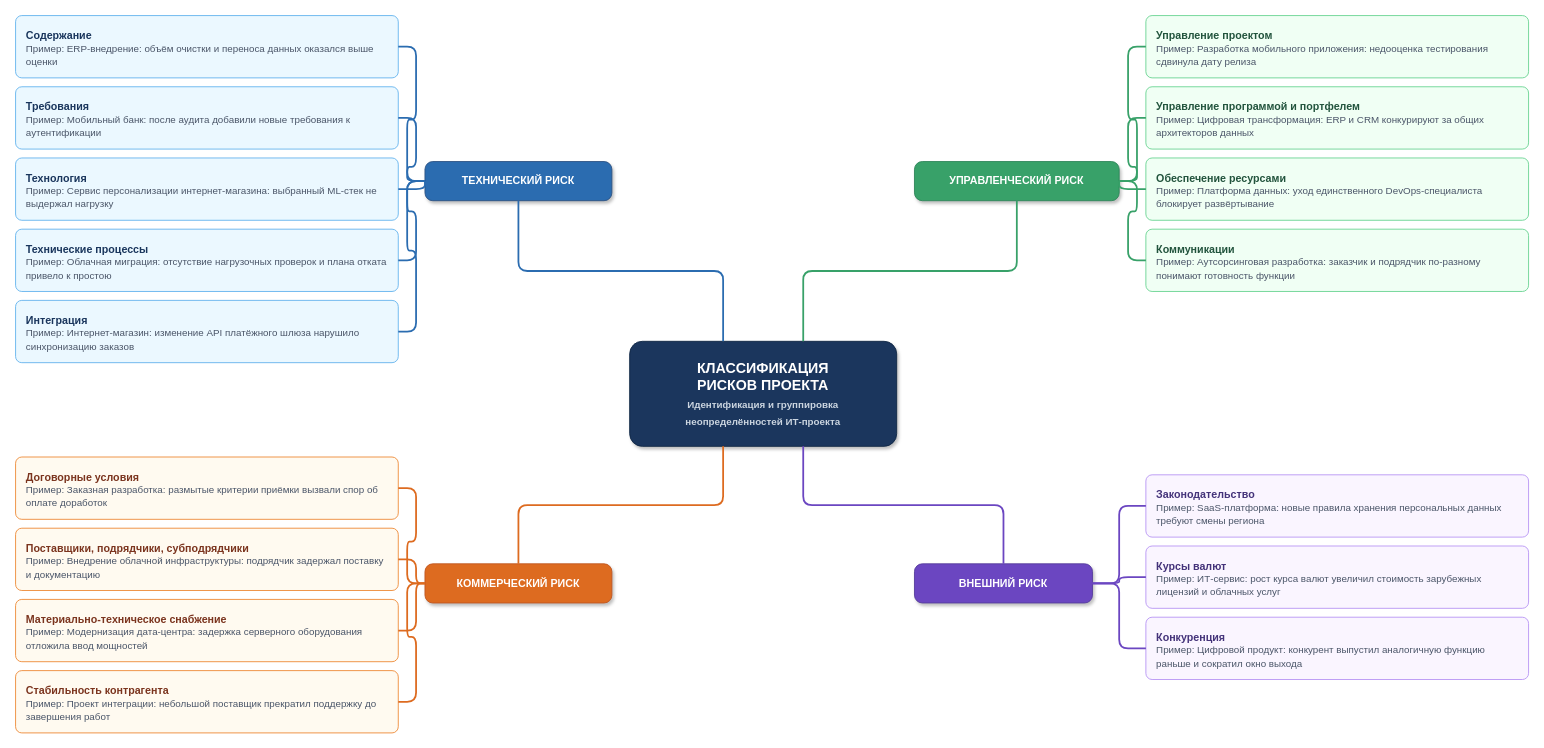
The draw.io diagram klassifikaciya-riskov.drawio in Neco-tech907/upr-mindmap, before the edit. Source tidied: cells renumbered, new cells numbered last; positions are measured from the earlier drawing's top-left corner, leaving out a move shared by most shapes. Both pictures are drawn from the tidied source at 89%, with x=0, y=0 at pixel (15, 15).
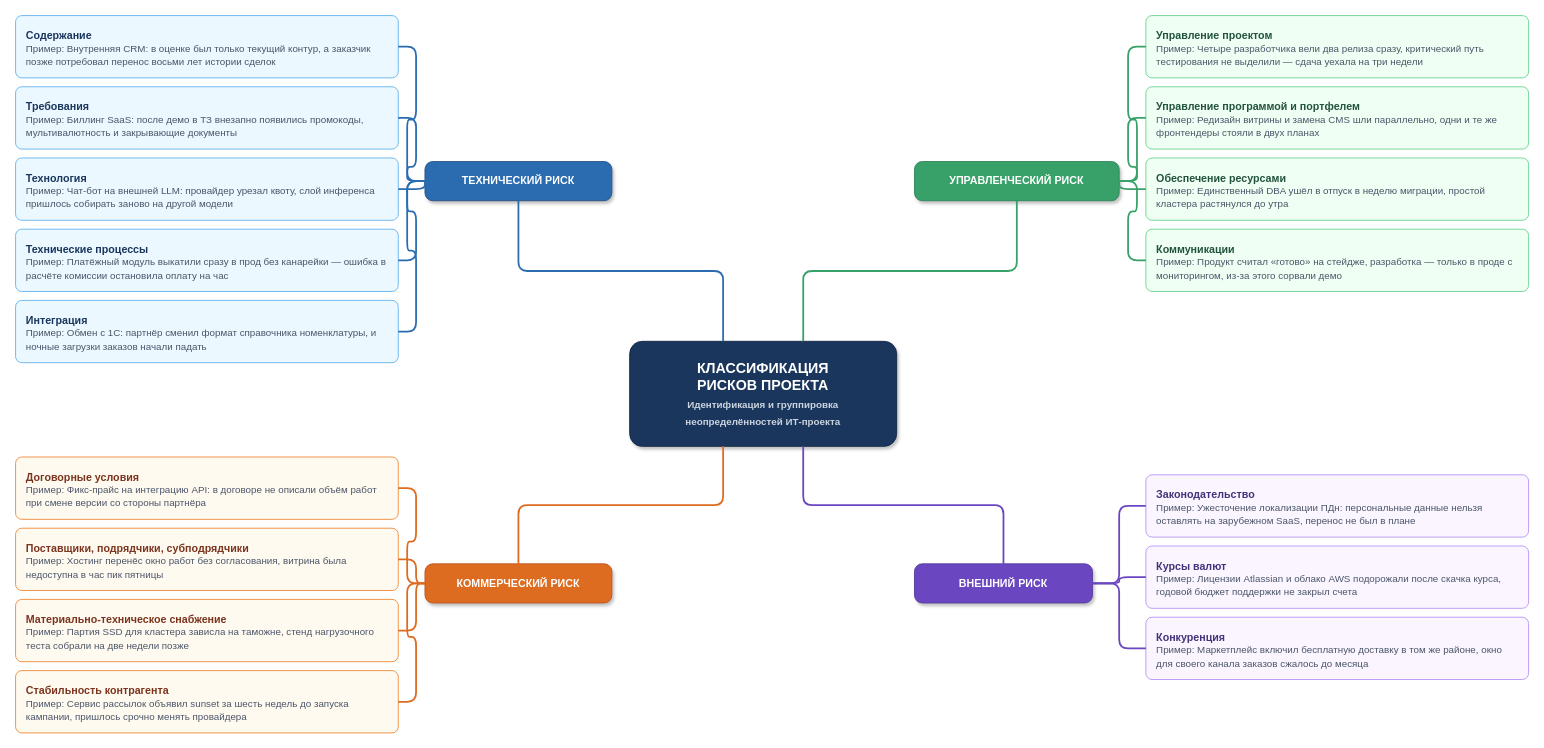
Above is the later version.

Commit message (it also covers changes not shown here):
Rewrite example texts, keep cluster layout

Diff of the diagram source:
```diff
@@
-    <mxCell id="7" value="&lt;b&gt;Содержание&lt;/b&gt;&lt;br&gt;&lt;font style='font-size: 11px' color='#4A5568'&gt;Пример: ERP-внедрение: объём очистки и переноса данных оказался выше оценки&lt;/font&gt;" style="rounded=1;whiteSpace=wrap;html=1;align=left;spacingLeft=10;spacingRight=8;spacingTop=4;fillColor=#EBF8FF;strokeColor=#63B3ED;fontColor=#1A365D;fontSize=12;arcSize=10;" parent="1" vertex="1">
+    <mxCell id="7" value="&lt;b&gt;Содержание&lt;/b&gt;&lt;br&gt;&lt;font style='font-size: 11px' color='#4A5568'&gt;Пример: Внутренняя CRM: в оценке был только текущий контур, а заказчик позже потребовал перенос восьми лет истории сделок&lt;/font&gt;" style="rounded=1;whiteSpace=wrap;html=1;align=left;spacingLeft=10;spacingRight=8;spacingTop=4;fillColor=#EBF8FF;strokeColor=#63B3ED;fontColor=#1A365D;fontSize=12;arcSize=10;" parent="1" vertex="1">
       <mxGeometry width="430" height="70" as="geometry" />
     </mxCell>
-    <mxCell id="8" value="&lt;b&gt;Требования&lt;/b&gt;&lt;br&gt;&lt;font style='font-size: 11px' color='#4A5568'&gt;Пример: Мобильный банк: после аудита добавили новые требования к аутентификации&lt;/font&gt;" style="rounded=1;whiteSpace=wrap;html=1;align=left;spacingLeft=10;spacingRight=8;spacingTop=4;fillColor=#EBF8FF;strokeColor=#63B3ED;fontColor=#1A365D;fontSize=12;arcSize=10;" parent="1" vertex="1">
+    <mxCell id="8" value="&lt;b&gt;Требования&lt;/b&gt;&lt;br&gt;&lt;font style='font-size: 11px' color='#4A5568'&gt;Пример: Биллинг SaaS: после демо в ТЗ внезапно появились промокоды, мультивалютность и закрывающие документы&lt;/font&gt;" style="rounded=1;whiteSpace=wrap;html=1;align=left;spacingLeft=10;spacingRight=8;spacingTop=4;fillColor=#EBF8FF;strokeColor=#63B3ED;fontColor=#1A365D;fontSize=12;arcSize=10;" parent="1" vertex="1">
       <mxGeometry y="80" width="430" height="70" as="geometry" />
     </mxCell>
-    <mxCell id="9" value="&lt;b&gt;Технология&lt;/b&gt;&lt;br&gt;&lt;font style='font-size: 11px' color='#4A5568'&gt;Пример: Сервис персонализации интернет-магазина: выбранный ML-стек не выдержал нагрузку&lt;/font&gt;" style="rounded=1;whiteSpace=wrap;html=1;align=left;spacingLeft=10;spacingRight=8;spacingTop=4;fillColor=#EBF8FF;strokeColor=#63B3ED;fontColor=#1A365D;fontSize=12;arcSize=10;" parent="1" vertex="1">
+    <mxCell id="9" value="&lt;b&gt;Технология&lt;/b&gt;&lt;br&gt;&lt;font style='font-size: 11px' color='#4A5568'&gt;Пример: Чат-бот на внешней LLM: провайдер урезал квоту, слой инференса пришлось собирать заново на другой модели&lt;/font&gt;" style="rounded=1;whiteSpace=wrap;html=1;align=left;spacingLeft=10;spacingRight=8;spacingTop=4;fillColor=#EBF8FF;strokeColor=#63B3ED;fontColor=#1A365D;fontSize=12;arcSize=10;" parent="1" vertex="1">
       <mxGeometry y="160" width="430" height="70" as="geometry" />
     </mxCell>
-    <mxCell id="10" value="&lt;b&gt;Технические процессы&lt;/b&gt;&lt;br&gt;&lt;font style='font-size: 11px' color='#4A5568'&gt;Пример: Облачная миграция: отсутствие нагрузочных проверок и плана отката привело к простою&lt;/font&gt;" style="rounded=1;whiteSpace=wrap;html=1;align=left;spacingLeft=10;spacingRight=8;spacingTop=4;fillColor=#EBF8FF;strokeColor=#63B3ED;fontColor=#1A365D;fontSize=12;arcSize=10;" parent="1" vertex="1">
+    <mxCell id="10" value="&lt;b&gt;Технические процессы&lt;/b&gt;&lt;br&gt;&lt;font style='font-size: 11px' color='#4A5568'&gt;Пример: Платёжный модуль выкатили сразу в прод без канарейки — ошибка в расчёте комиссии остановила оплату на час&lt;/font&gt;" style="rounded=1;whiteSpace=wrap;html=1;align=left;spacingLeft=10;spacingRight=8;spacingTop=4;fillColor=#EBF8FF;strokeColor=#63B3ED;fontColor=#1A365D;fontSize=12;arcSize=10;" parent="1" vertex="1">
       <mxGeometry y="240" width="430" height="70" as="geometry" />
     </mxCell>
-    <mxCell id="11" value="&lt;b&gt;Интеграция&lt;/b&gt;&lt;br&gt;&lt;font style='font-size: 11px' color='#4A5568'&gt;Пример: Интернет-магазин: изменение API платёжного шлюза нарушило синхронизацию заказов&lt;/font&gt;" style="rounded=1;whiteSpace=wrap;html=1;align=left;spacingLeft=10;spacingRight=8;spacingTop=4;fillColor=#EBF8FF;strokeColor=#63B3ED;fontColor=#1A365D;fontSize=12;arcSize=10;" parent="1" vertex="1">
+    <mxCell id="11" value="&lt;b&gt;Интеграция&lt;/b&gt;&lt;br&gt;&lt;font style='font-size: 11px' color='#4A5568'&gt;Пример: Обмен с 1С: партнёр сменил формат справочника номенклатуры, и ночные загрузки заказов начали падать&lt;/font&gt;" style="rounded=1;whiteSpace=wrap;html=1;align=left;spacingLeft=10;spacingRight=8;spacingTop=4;fillColor=#EBF8FF;strokeColor=#63B3ED;fontColor=#1A365D;fontSize=12;arcSize=10;" parent="1" vertex="1">
       <mxGeometry y="320" width="430" height="70" as="geometry" />
     </mxCell>
-    <mxCell id="12" value="&lt;b&gt;Управление проектом&lt;/b&gt;&lt;br&gt;&lt;font style='font-size: 11px' color='#4A5568'&gt;Пример: Разработка мобильного приложения: недооценка тестирования сдвинула дату релиза&lt;/font&gt;" style="rounded=1;whiteSpace=wrap;html=1;align=left;spacingLeft=10;spacingRight=8;spacingTop=4;fillColor=#F0FFF4;strokeColor=#68D391;fontColor=#22543D;fontSize=12;arcSize=10;" parent="1" vertex="1">
+    <mxCell id="12" value="&lt;b&gt;Управление проектом&lt;/b&gt;&lt;br&gt;&lt;font style='font-size: 11px' color='#4A5568'&gt;Пример: Четыре разработчика вели два релиза сразу, критический путь тестирования не выделили — сдача уехала на три недели&lt;/font&gt;" style="rounded=1;whiteSpace=wrap;html=1;align=left;spacingLeft=10;spacingRight=8;spacingTop=4;fillColor=#F0FFF4;strokeColor=#68D391;fontColor=#22543D;fontSize=12;arcSize=10;" parent="1" vertex="1">
       <mxGeometry x="1270" width="430" height="70" as="geometry" />
     </mxCell>
-    <mxCell id="13" value="&lt;b&gt;Управление программой и портфелем&lt;/b&gt;&lt;br&gt;&lt;font style='font-size: 11px' color='#4A5568'&gt;Пример: Цифровая трансформация: ERP и CRM конкурируют за общих архитекторов данных&lt;/font&gt;" style="rounded=1;whiteSpace=wrap;html=1;align=left;spacingLeft=10;spacingRight=8;spacingTop=4;fillColor=#F0FFF4;strokeColor=#68D391;fontColor=#22543D;fontSize=12;arcSize=10;" parent="1" vertex="1">
+    <mxCell id="13" value="&lt;b&gt;Управление программой и портфелем&lt;/b&gt;&lt;br&gt;&lt;font style='font-size: 11px' color='#4A5568'&gt;Пример: Редизайн витрины и замена CMS шли параллельно, одни и те же фронтендеры стояли в двух планах&lt;/font&gt;" style="rounded=1;whiteSpace=wrap;html=1;align=left;spacingLeft=10;spacingRight=8;spacingTop=4;fillColor=#F0FFF4;strokeColor=#68D391;fontColor=#22543D;fontSize=12;arcSize=10;" parent="1" vertex="1">
       <mxGeometry x="1270" y="80" width="430" height="70" as="geometry" />
     </mxCell>
-    <mxCell id="14" value="&lt;b&gt;Обеспечение ресурсами&lt;/b&gt;&lt;br&gt;&lt;font style='font-size: 11px' color='#4A5568'&gt;Пример: Платформа данных: уход единственного DevOps-специалиста блокирует развёртывание&lt;/font&gt;" style="rounded=1;whiteSpace=wrap;html=1;align=left;spacingLeft=10;spacingRight=8;spacingTop=4;fillColor=#F0FFF4;strokeColor=#68D391;fontColor=#22543D;fontSize=12;arcSize=10;" parent="1" vertex="1">
+    <mxCell id="14" value="&lt;b&gt;Обеспечение ресурсами&lt;/b&gt;&lt;br&gt;&lt;font style='font-size: 11px' color='#4A5568'&gt;Пример: Единственный DBA ушёл в отпуск в неделю миграции, простой кластера растянулся до утра&lt;/font&gt;" style="rounded=1;whiteSpace=wrap;html=1;align=left;spacingLeft=10;spacingRight=8;spacingTop=4;fillColor=#F0FFF4;strokeColor=#68D391;fontColor=#22543D;fontSize=12;arcSize=10;" parent="1" vertex="1">
       <mxGeometry x="1270" y="160" width="430" height="70" as="geometry" />
     </mxCell>
-    <mxCell id="15" value="&lt;b&gt;Коммуникации&lt;/b&gt;&lt;br&gt;&lt;font style='font-size: 11px' color='#4A5568'&gt;Пример: Аутсорсинговая разработка: заказчик и подрядчик по-разному понимают готовность функции&lt;/font&gt;" style="rounded=1;whiteSpace=wrap;html=1;align=left;spacingLeft=10;spacingRight=8;spacingTop=4;fillColor=#F0FFF4;strokeColor=#68D391;fontColor=#22543D;fontSize=12;arcSize=10;" parent="1" vertex="1">
+    <mxCell id="15" value="&lt;b&gt;Коммуникации&lt;/b&gt;&lt;br&gt;&lt;font style='font-size: 11px' color='#4A5568'&gt;Пример: Продукт считал «готово» на стейдже, разработка — только в проде с мониторингом, из-за этого сорвали демо&lt;/font&gt;" style="rounded=1;whiteSpace=wrap;html=1;align=left;spacingLeft=10;spacingRight=8;spacingTop=4;fillColor=#F0FFF4;strokeColor=#68D391;fontColor=#22543D;fontSize=12;arcSize=10;" parent="1" vertex="1">
       <mxGeometry x="1270" y="240" width="430" height="70" as="geometry" />
     </mxCell>
-    <mxCell id="16" value="&lt;b&gt;Договорные условия&lt;/b&gt;&lt;br&gt;&lt;font style='font-size: 11px' color='#4A5568'&gt;Пример: Заказная разработка: размытые критерии приёмки вызвали спор об оплате доработок&lt;/font&gt;" style="rounded=1;whiteSpace=wrap;html=1;align=left;spacingLeft=10;spacingRight=8;spacingTop=4;fillColor=#FFFAF0;strokeColor=#ED8936;fontColor=#7B341E;fontSize=12;arcSize=10;" parent="1" vertex="1">
+    <mxCell id="16" value="&lt;b&gt;Договорные условия&lt;/b&gt;&lt;br&gt;&lt;font style='font-size: 11px' color='#4A5568'&gt;Пример: Фикс-прайс на интеграцию API: в договоре не описали объём работ при смене версии со стороны партнёра&lt;/font&gt;" style="rounded=1;whiteSpace=wrap;html=1;align=left;spacingLeft=10;spacingRight=8;spacingTop=4;fillColor=#FFFAF0;strokeColor=#ED8936;fontColor=#7B341E;fontSize=12;arcSize=10;" parent="1" vertex="1">
       <mxGeometry y="496" width="430" height="70" as="geometry" />
     </mxCell>
-    <mxCell id="17" value="&lt;b&gt;Поставщики, подрядчики, субподрядчики&lt;/b&gt;&lt;br&gt;&lt;font style='font-size: 11px' color='#4A5568'&gt;Пример: Внедрение облачной инфраструктуры: подрядчик задержал поставку и документацию&lt;/font&gt;" style="rounded=1;whiteSpace=wrap;html=1;align=left;spacingLeft=10;spacingRight=8;spacingTop=4;fillColor=#FFFAF0;strokeColor=#ED8936;fontColor=#7B341E;fontSize=12;arcSize=10;" parent="1" vertex="1">
+    <mxCell id="17" value="&lt;b&gt;Поставщики, подрядчики, субподрядчики&lt;/b&gt;&lt;br&gt;&lt;font style='font-size: 11px' color='#4A5568'&gt;Пример: Хостинг перенёс окно работ без согласования, витрина была недоступна в час пик пятницы&lt;/font&gt;" style="rounded=1;whiteSpace=wrap;html=1;align=left;spacingLeft=10;spacingRight=8;spacingTop=4;fillColor=#FFFAF0;strokeColor=#ED8936;fontColor=#7B341E;fontSize=12;arcSize=10;" parent="1" vertex="1">
       <mxGeometry y="576" width="430" height="70" as="geometry" />
     </mxCell>
-    <mxCell id="18" value="&lt;b&gt;Материально-техническое снабжение&lt;/b&gt;&lt;br&gt;&lt;font style='font-size: 11px' color='#4A5568'&gt;Пример: Модернизация дата-центра: задержка серверного оборудования отложила ввод мощностей&lt;/font&gt;" style="rounded=1;whiteSpace=wrap;html=1;align=left;spacingLeft=10;spacingRight=8;spacingTop=4;fillColor=#FFFAF0;strokeColor=#ED8936;fontColor=#7B341E;fontSize=12;arcSize=10;" parent="1" vertex="1">
+    <mxCell id="18" value="&lt;b&gt;Материально-техническое снабжение&lt;/b&gt;&lt;br&gt;&lt;font style='font-size: 11px' color='#4A5568'&gt;Пример: Партия SSD для кластера зависла на таможне, стенд нагрузочного теста собрали на две недели позже&lt;/font&gt;" style="rounded=1;whiteSpace=wrap;html=1;align=left;spacingLeft=10;spacingRight=8;spacingTop=4;fillColor=#FFFAF0;strokeColor=#ED8936;fontColor=#7B341E;fontSize=12;arcSize=10;" parent="1" vertex="1">
       <mxGeometry y="656" width="430" height="70" as="geometry" />
     </mxCell>
-    <mxCell id="19" value="&lt;b&gt;Стабильность контрагента&lt;/b&gt;&lt;br&gt;&lt;font style='font-size: 11px' color='#4A5568'&gt;Пример: Проект интеграции: небольшой поставщик прекратил поддержку до завершения работ&lt;/font&gt;" style="rounded=1;whiteSpace=wrap;html=1;align=left;spacingLeft=10;spacingRight=8;spacingTop=4;fillColor=#FFFAF0;strokeColor=#ED8936;fontColor=#7B341E;fontSize=12;arcSize=10;" parent="1" vertex="1">
+    <mxCell id="19" value="&lt;b&gt;Стабильность контрагента&lt;/b&gt;&lt;br&gt;&lt;font style='font-size: 11px' color='#4A5568'&gt;Пример: Сервис рассылок объявил sunset за шесть недель до запуска кампании, пришлось срочно менять провайдера&lt;/font&gt;" style="rounded=1;whiteSpace=wrap;html=1;align=left;spacingLeft=10;spacingRight=8;spacingTop=4;fillColor=#FFFAF0;strokeColor=#ED8936;fontColor=#7B341E;fontSize=12;arcSize=10;" parent="1" vertex="1">
       <mxGeometry y="736" width="430" height="70" as="geometry" />
     </mxCell>
-    <mxCell id="20" value="&lt;b&gt;Законодательство&lt;/b&gt;&lt;br&gt;&lt;font style='font-size: 11px' color='#4A5568'&gt;Пример: SaaS-платформа: новые правила хранения персональных данных требуют смены региона&lt;/font&gt;" style="rounded=1;whiteSpace=wrap;html=1;align=left;spacingLeft=10;spacingRight=8;spacingTop=4;fillColor=#FAF5FF;strokeColor=#B794F4;fontColor=#44337A;fontSize=12;arcSize=10;" parent="1" vertex="1">
+    <mxCell id="20" value="&lt;b&gt;Законодательство&lt;/b&gt;&lt;br&gt;&lt;font style='font-size: 11px' color='#4A5568'&gt;Пример: Ужесточение локализации ПДн: персональные данные нельзя оставлять на зарубежном SaaS, перенос не был в плане&lt;/font&gt;" style="rounded=1;whiteSpace=wrap;html=1;align=left;spacingLeft=10;spacingRight=8;spacingTop=4;fillColor=#FAF5FF;strokeColor=#B794F4;fontColor=#44337A;fontSize=12;arcSize=10;" parent="1" vertex="1">
       <mxGeometry x="1270" y="516" width="430" height="70" as="geometry" />
     </mxCell>
-    <mxCell id="21" value="&lt;b&gt;Курсы валют&lt;/b&gt;&lt;br&gt;&lt;font style='font-size: 11px' color='#4A5568'&gt;Пример: ИТ-сервис: рост курса валют увеличил стоимость зарубежных лицензий и облачных услуг&lt;/font&gt;" style="rounded=1;whiteSpace=wrap;html=1;align=left;spacingLeft=10;spacingRight=8;spacingTop=4;fillColor=#FAF5FF;strokeColor=#B794F4;fontColor=#44337A;fontSize=12;arcSize=10;" parent="1" vertex="1">
+    <mxCell id="21" value="&lt;b&gt;Курсы валют&lt;/b&gt;&lt;br&gt;&lt;font style='font-size: 11px' color='#4A5568'&gt;Пример: Лицензии Atlassian и облако AWS подорожали после скачка курса, годовой бюджет поддержки не закрыл счета&lt;/font&gt;" style="rounded=1;whiteSpace=wrap;html=1;align=left;spacingLeft=10;spacingRight=8;spacingTop=4;fillColor=#FAF5FF;strokeColor=#B794F4;fontColor=#44337A;fontSize=12;arcSize=10;" parent="1" vertex="1">
       <mxGeometry x="1270" y="596" width="430" height="70" as="geometry" />
     </mxCell>
-    <mxCell id="22" value="&lt;b&gt;Конкуренция&lt;/b&gt;&lt;br&gt;&lt;font style='font-size: 11px' color='#4A5568'&gt;Пример: Цифровой продукт: конкурент выпустил аналогичную функцию раньше и сократил окно выхода&lt;/font&gt;" style="rounded=1;whiteSpace=wrap;html=1;align=left;spacingLeft=10;spacingRight=8;spacingTop=4;fillColor=#FAF5FF;strokeColor=#B794F4;fontColor=#44337A;fontSize=12;arcSize=10;" parent="1" vertex="1">
+    <mxCell id="22" value="&lt;b&gt;Конкуренция&lt;/b&gt;&lt;br&gt;&lt;font style='font-size: 11px' color='#4A5568'&gt;Пример: Маркетплейс включил бесплатную доставку в том же районе, окно для своего канала заказов сжалось до месяца&lt;/font&gt;" style="rounded=1;whiteSpace=wrap;html=1;align=left;spacingLeft=10;spacingRight=8;spacingTop=4;fillColor=#FAF5FF;strokeColor=#B794F4;fontColor=#44337A;fontSize=12;arcSize=10;" parent="1" vertex="1">
       <mxGeometry x="1270" y="676" width="430" height="70" as="geometry" />
     </mxCell>
```
